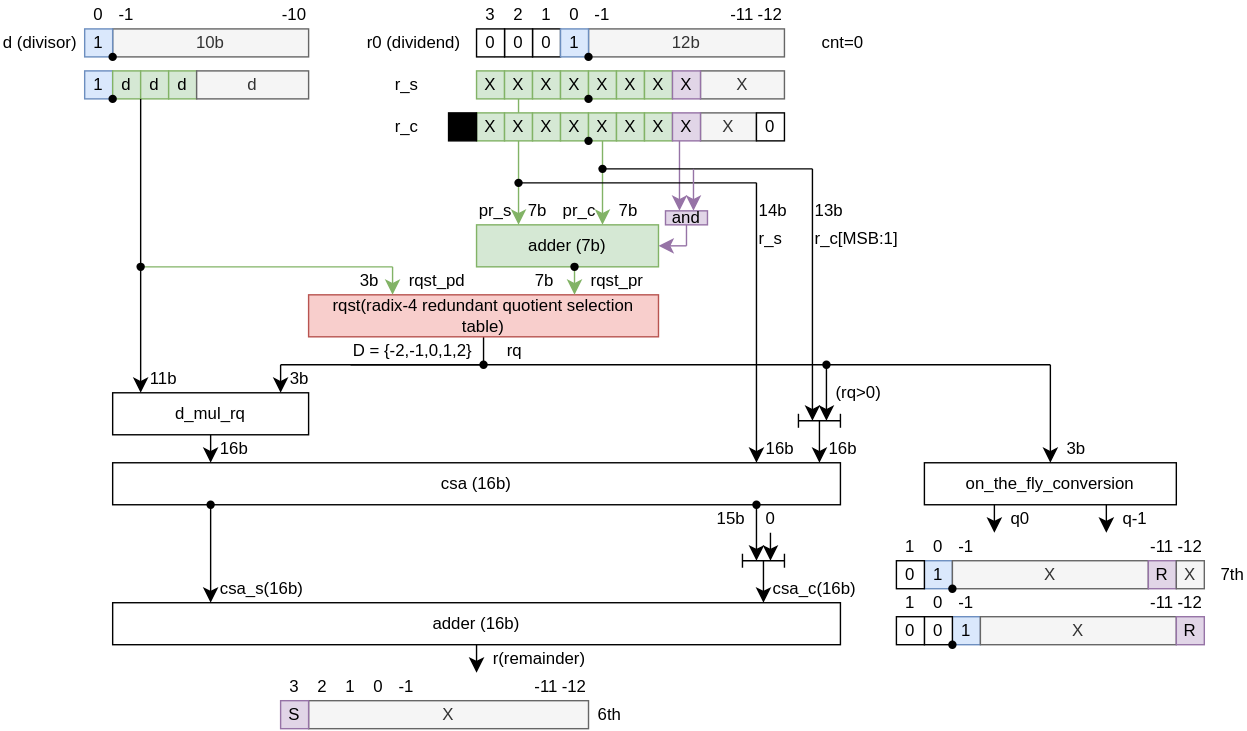
Earlier version of the draw.io export de/fpu/include_f16div/f16dsu_radix4_srt_div_uarch.svg (jnjnliwenjie0022/obs). Source tidied: cells renumbered, new cells last; positions are measured from the earlier drawing's top-left corner, leaving out a move shared by most shapes.
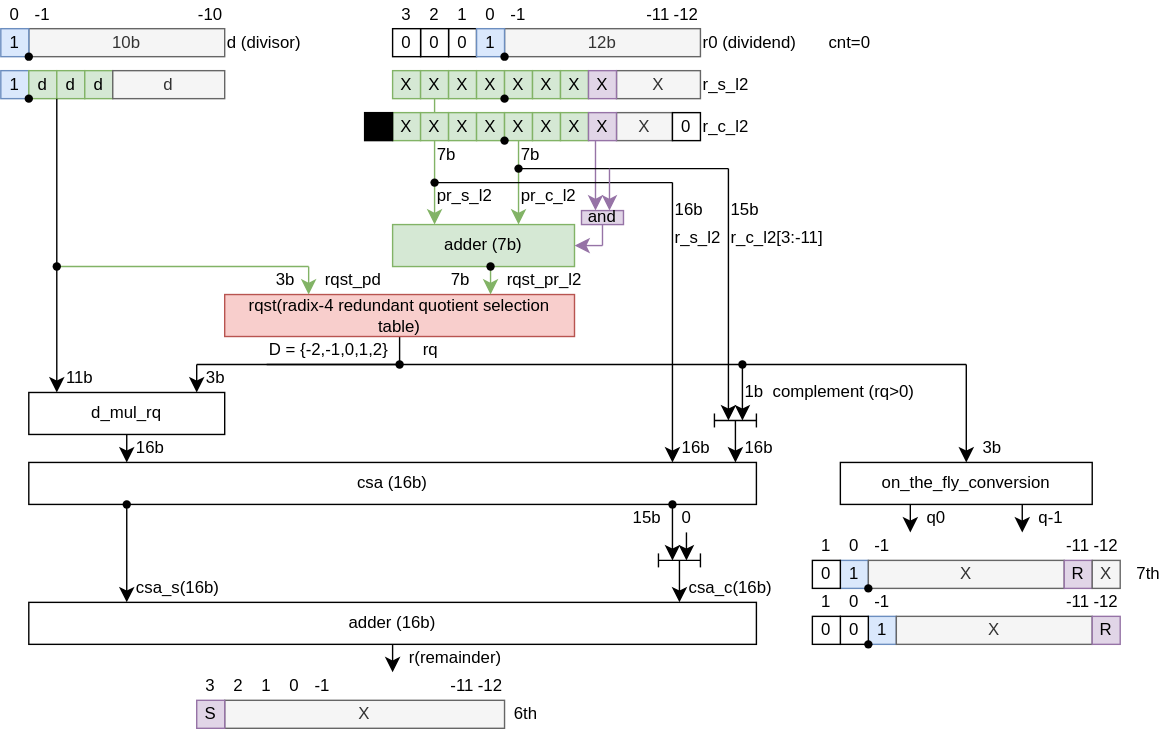
The same diagram one commit later.

The edit, as a diff of the source:
```diff
@@ -58,13 +58,13 @@
       <mxGeometry x="400" y="20" width="20" height="20" as="geometry" />
     </mxCell>
     <mxCell id="18" value="r0 (dividend)" style="whiteSpace=wrap;html=1;align=left;fillColor=none;strokeColor=none;" parent="1" vertex="1">
-      <mxGeometry x="260" y="20" width="80" height="20" as="geometry" />
+      <mxGeometry x="560" y="20" width="80" height="20" as="geometry" />
     </mxCell>
-    <mxCell id="19" value="r_s" style="whiteSpace=wrap;html=1;align=left;fillColor=none;strokeColor=none;" parent="1" vertex="1">
-      <mxGeometry x="280" y="50" width="60" height="20" as="geometry" />
+    <mxCell id="19" value="r_s_l2" style="whiteSpace=wrap;html=1;align=left;fillColor=none;strokeColor=none;" parent="1" vertex="1">
+      <mxGeometry x="560" y="50" width="60" height="20" as="geometry" />
     </mxCell>
-    <mxCell id="20" value="r_c" style="whiteSpace=wrap;html=1;align=left;fillColor=none;strokeColor=none;" parent="1" vertex="1">
-      <mxGeometry x="280" y="80" width="20" height="20" as="geometry" />
+    <mxCell id="20" value="r_c_l2" style="whiteSpace=wrap;html=1;align=left;fillColor=none;strokeColor=none;" parent="1" vertex="1">
+      <mxGeometry x="560" y="80" width="50" height="20" as="geometry" />
     </mxCell>
     <mxCell id="21" value="X" style="whiteSpace=wrap;html=1;fillColor=#d5e8d4;strokeColor=#82b366;" parent="1" vertex="1">
       <mxGeometry x="340" y="50" width="20" height="20" as="geometry" />
@@ -129,7 +129,7 @@
       <mxGeometry x="410" y="90" width="20" height="20" as="geometry" />
     </mxCell>
     <mxCell id="41" value="d (divisor)" style="whiteSpace=wrap;html=1;align=left;fillColor=none;strokeColor=none;" parent="1" vertex="1">
-      <mxGeometry y="20" width="60" height="20" as="geometry" />
+      <mxGeometry x="220" y="20" width="60" height="20" as="geometry" />
     </mxCell>
     <mxCell id="42" value="1" style="whiteSpace=wrap;html=1;fillColor=#dae8fc;strokeColor=#6c8ebf;" parent="1" vertex="1">
       <mxGeometry x="60" y="20" width="20" height="20" as="geometry" />
@@ -138,10 +138,10 @@
       <mxGeometry x="70" y="30" width="20" height="20" as="geometry" />
     </mxCell>
     <mxCell id="44" value="7b" style="whiteSpace=wrap;html=1;align=left;fillColor=none;strokeColor=none;" parent="1" vertex="1">
-      <mxGeometry x="375" y="140" width="50" height="20" as="geometry" />
+      <mxGeometry x="370" y="100" width="50" height="20" as="geometry" />
     </mxCell>
     <mxCell id="45" value="7b" style="whiteSpace=wrap;html=1;align=left;fillColor=none;strokeColor=none;" parent="1" vertex="1">
-      <mxGeometry x="440" y="140" width="50" height="20" as="geometry" />
+      <mxGeometry x="430" y="100" width="50" height="20" as="geometry" />
     </mxCell>
     <mxCell id="46" style="edgeStyle=none;curved=1;rounded=0;jettySize=auto;html=1;fontSize=12;startSize=8;endSize=8;fillColor=#d5e8d4;strokeColor=#82b366;" parent="1" edge="1" source="47">
       <mxGeometry relative="1" as="geometry">
@@ -327,7 +327,7 @@
     <mxCell id="92" value="rqst_pd" style="whiteSpace=wrap;html=1;align=left;fillColor=none;strokeColor=none;" parent="1" vertex="1">
       <mxGeometry x="290" y="190" width="50" height="20" as="geometry" />
     </mxCell>
-    <mxCell id="93" value="rqst_pr" style="whiteSpace=wrap;html=1;align=left;fillColor=none;strokeColor=none;" parent="1" vertex="1">
+    <mxCell id="93" value="rqst_pr_l2" style="whiteSpace=wrap;html=1;align=left;fillColor=none;strokeColor=none;" parent="1" vertex="1">
       <mxGeometry x="420" y="190" width="50" height="20" as="geometry" />
     </mxCell>
     <mxCell id="94" value="rq" style="whiteSpace=wrap;html=1;align=left;fillColor=none;strokeColor=none;" parent="1" vertex="1">
@@ -339,7 +339,7 @@
     <mxCell id="96" value="S" style="whiteSpace=wrap;html=1;fillColor=#e1d5e7;strokeColor=#9673a6;" parent="1" vertex="1">
       <mxGeometry x="200" y="500" width="20" height="20" as="geometry" />
     </mxCell>
-    <mxCell id="97" value="13b" style="whiteSpace=wrap;html=1;align=left;fillColor=none;strokeColor=none;" parent="1" vertex="1">
+    <mxCell id="97" value="15b" style="whiteSpace=wrap;html=1;align=left;fillColor=none;strokeColor=none;" parent="1" vertex="1">
       <mxGeometry x="580" y="140" width="50" height="20" as="geometry" />
     </mxCell>
     <mxCell id="98" style="edgeStyle=none;curved=1;rounded=0;jettySize=auto;html=1;fontSize=12;startSize=8;endSize=8;" parent="1" edge="1" source="99">
@@ -359,13 +359,13 @@
     <mxCell id="101" value="16b" style="whiteSpace=wrap;html=1;align=left;fillColor=none;strokeColor=none;" parent="1" vertex="1">
       <mxGeometry x="590" y="310" width="50" height="20" as="geometry" />
     </mxCell>
-    <mxCell id="102" value="14b" style="whiteSpace=wrap;html=1;align=left;fillColor=none;strokeColor=none;" parent="1" vertex="1">
+    <mxCell id="102" value="16b" style="whiteSpace=wrap;html=1;align=left;fillColor=none;strokeColor=none;" parent="1" vertex="1">
       <mxGeometry x="540" y="140" width="20" height="20" as="geometry" />
     </mxCell>
-    <mxCell id="103" value="r_s" style="whiteSpace=wrap;html=1;align=left;fillColor=none;strokeColor=none;" parent="1" vertex="1">
+    <mxCell id="103" value="r_s_l2" style="whiteSpace=wrap;html=1;align=left;fillColor=none;strokeColor=none;" parent="1" vertex="1">
       <mxGeometry x="540" y="160" width="20" height="20" as="geometry" />
     </mxCell>
-    <mxCell id="104" value="r_c[MSB:1]" style="whiteSpace=wrap;html=1;align=left;fillColor=none;strokeColor=none;" parent="1" vertex="1">
+    <mxCell id="104" value="r_c_l2[3:-11]" style="whiteSpace=wrap;html=1;align=left;fillColor=none;strokeColor=none;" parent="1" vertex="1">
       <mxGeometry x="580" y="160" width="50" height="20" as="geometry" />
     </mxCell>
     <mxCell id="105" style="edgeStyle=none;curved=1;rounded=0;jettySize=auto;html=1;fontSize=12;startSize=8;endSize=8;endArrow=none;endFill=0;" parent="1" edge="1" source="58">
@@ -379,8 +379,8 @@
         <mxPoint x="600" y="300" as="targetPoint" />
       </mxGeometry>
     </mxCell>
-    <mxCell id="107" value="(rq&amp;gt;0)" style="whiteSpace=wrap;html=1;align=left;fillColor=none;strokeColor=none;" parent="1" vertex="1">
-      <mxGeometry x="595" y="270" width="35" height="20" as="geometry" />
+    <mxCell id="107" value="complement&amp;nbsp;(rq&amp;gt;0)" style="whiteSpace=wrap;html=1;align=left;fillColor=none;strokeColor=none;" parent="1" vertex="1">
+      <mxGeometry x="610" y="270" width="110" height="20" as="geometry" />
     </mxCell>
     <mxCell id="108" value="6th" style="whiteSpace=wrap;html=1;align=left;fillColor=none;strokeColor=none;" parent="1" vertex="1">
       <mxGeometry x="425" y="500" width="25" height="20" as="geometry" />
@@ -480,7 +480,7 @@
       <mxGeometry x="670" y="450" width="20" height="20" as="geometry" />
     </mxCell>
     <mxCell id="134" value="cnt=0" style="whiteSpace=wrap;html=1;align=left;fillColor=none;strokeColor=none;" parent="1" vertex="1">
-      <mxGeometry x="585" y="20" width="25" height="20" as="geometry" />
+      <mxGeometry x="650" y="20" width="25" height="20" as="geometry" />
     </mxCell>
     <mxCell id="135" value="3" style="whiteSpace=wrap;html=1;fillColor=none;strokeColor=none;" parent="1" vertex="1">
       <mxGeometry x="200" y="480" width="20" height="20" as="geometry" />
@@ -563,11 +563,14 @@
     <mxCell id="161" value="-10" style="whiteSpace=wrap;html=1;fillColor=none;strokeColor=none;" parent="1" vertex="1">
       <mxGeometry x="200" width="20" height="20" as="geometry" />
     </mxCell>
-    <mxCell id="162" value="pr_s" style="whiteSpace=wrap;html=1;align=left;fillColor=none;strokeColor=none;" parent="1" vertex="1">
-      <mxGeometry x="340" y="140" width="30" height="20" as="geometry" />
+    <mxCell id="162" value="pr_s_l2" style="whiteSpace=wrap;html=1;align=left;fillColor=none;strokeColor=none;" parent="1" vertex="1">
+      <mxGeometry x="370" y="130" width="30" height="20" as="geometry" />
     </mxCell>
-    <mxCell id="163" value="pr_c" style="whiteSpace=wrap;html=1;align=left;fillColor=none;strokeColor=none;" parent="1" vertex="1">
-      <mxGeometry x="400" y="140" width="30" height="20" as="geometry" />
+    <mxCell id="163" value="pr_c_l2" style="whiteSpace=wrap;html=1;align=left;fillColor=none;strokeColor=none;" parent="1" vertex="1">
+      <mxGeometry x="430" y="130" width="30" height="20" as="geometry" />
     </mxCell>
+    <mxCell id="164" value="1b" style="whiteSpace=wrap;html=1;align=left;fillColor=none;strokeColor=none;" parent="1" vertex="1">
+      <mxGeometry x="590" y="270" width="25" height="20" as="geometry" />
+    </mxCell>
   </root>
 </mxGraphModel>
```
